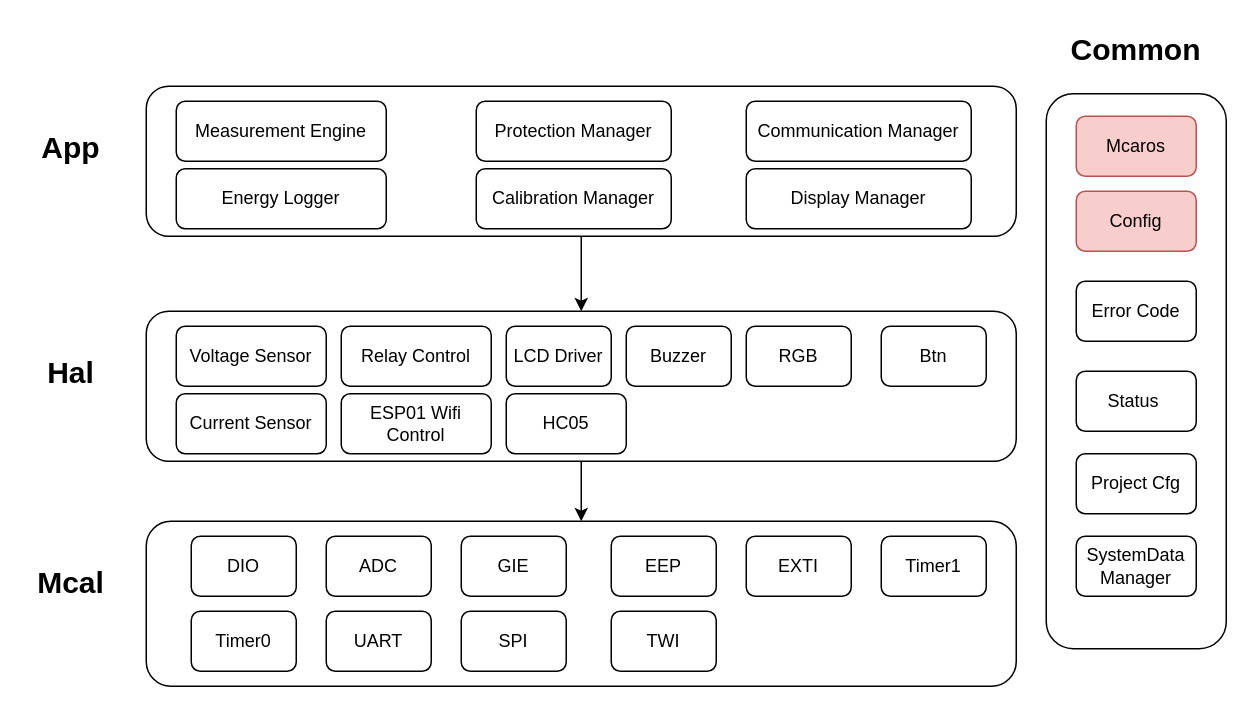
Above: page "Hesham" (1 of 2) of Design/ProjectUMLDigrams/ComponentDigrams/ComponentDigram.drawio in Gestell-Solution/Smart_Energy_Management_System (draw.io), before the change. Source tidied: cells renumbered, new cells numbered last; positions are measured from the earlier drawing's top-left corner, leaving out a move shared by most shapes. Both pictures are drawn from the tidied source at 150%, with x=0, y=0 at pixel (26, 26).
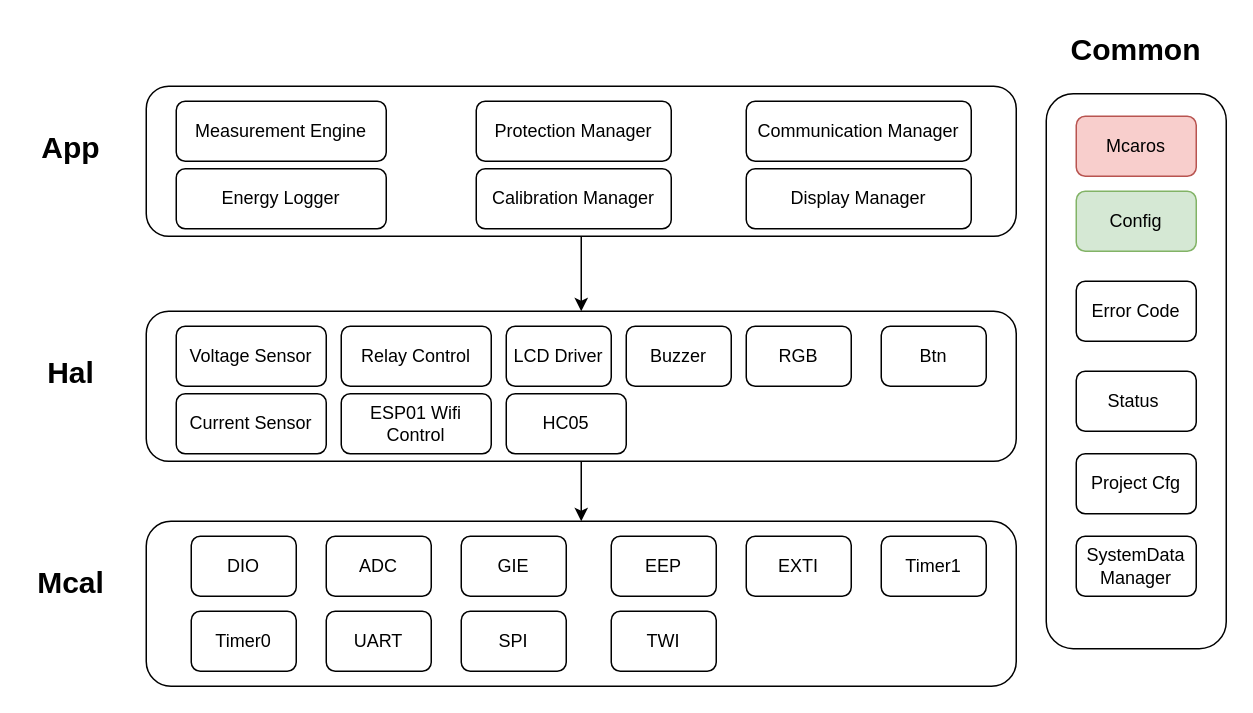
After the change.

Diff of the diagram source:
```diff
@@
-    <mxCell id="34" value="Config" style="rounded=1;whiteSpace=wrap;html=1;fillColor=#f8cecc;strokeColor=#b85450;" parent="1" vertex="1">
+    <mxCell id="34" value="Config" style="rounded=1;whiteSpace=wrap;html=1;fillColor=#d5e8d4;strokeColor=#82b366;" parent="1" vertex="1">
       <mxGeometry x="700" y="110" width="80" height="40" as="geometry" />
     </mxCell>
```
